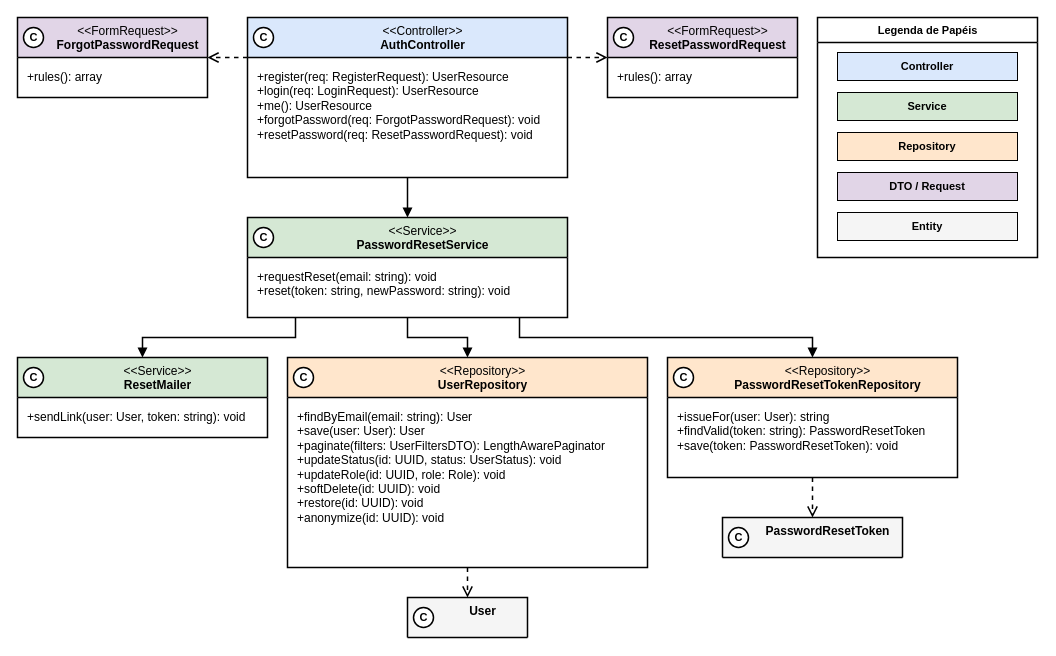
Earlier version of the draw.io diagram especificacao/diagramas/13-classes-area-a-implementacao-recuperacao.drawio (Plataforma-de-Cursos-TCC/plataforma-cursos-docs). Source tidied: cells renumbered, new cells numbered last; positions are measured from the earlier drawing's top-left corner, leaving out a move shared by most shapes. Both pictures are drawn from the tidied source at 100%, with x=0, y=0 at pixel (17, 17).
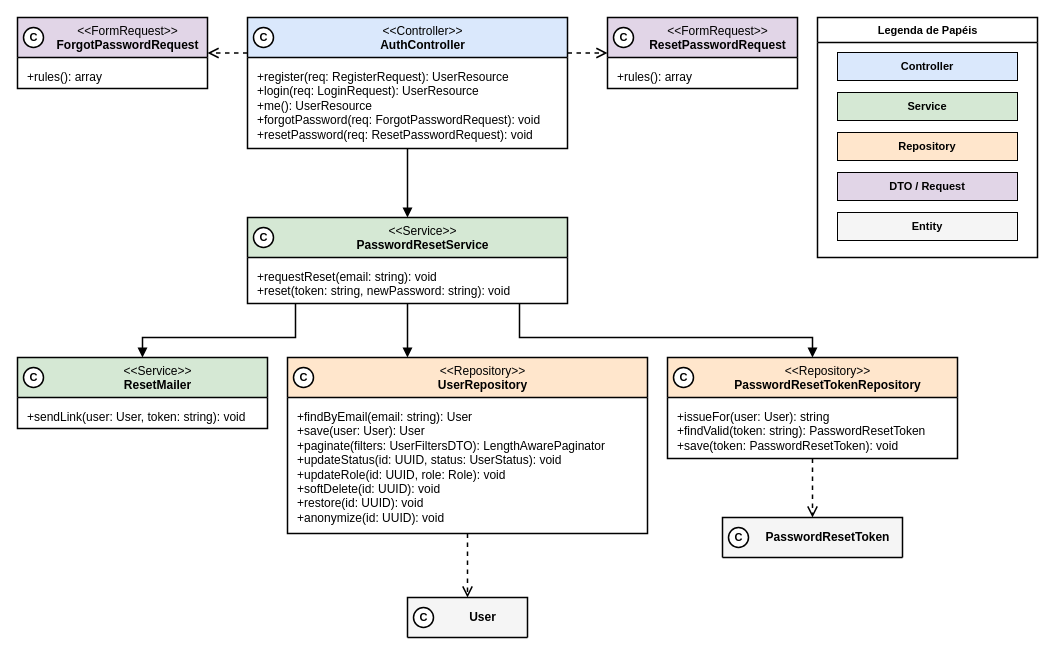
After the change.

Commit message (it also covers changes not shown here):
docs(diagrama-de-classes): fix layout of area A class diagrams

The edit, as a diff of the source:
```diff
@@
     <mxCell id="2" value="&amp;lt;&amp;lt;FormRequest&amp;gt;&amp;gt;&lt;br&gt;&lt;b&gt;ForgotPasswordRequest&lt;/b&gt;" style="swimlane;html=1;fontStyle=0;align=center;verticalAlign=top;startSize=40;fillColor=#E1D5E7;swimlaneFillColor=#FFFFFF;strokeColor=#000000;strokeWidth=1.5;fontFamily=Helvetica;fontSize=12;fontColor=#000000;rounded=0;spacingLeft=30;" parent="1" vertex="1">
-      <mxGeometry width="190" height="80" as="geometry" />
+      <mxGeometry width="190" height="71" as="geometry" />
     </mxCell>
@@
     <mxCell id="4" value="+rules(): array" style="text;html=1;align=left;verticalAlign=top;spacingLeft=8;spacingRight=8;spacingTop=6;fontSize=12;fontFamily=Helvetica;fontColor=#000000;strokeColor=none;fillColor=none;whiteSpace=wrap;" parent="2" vertex="1">
-      <mxGeometry y="40" width="190" height="40" as="geometry" />
+      <mxGeometry y="40" width="190" height="31" as="geometry" />
     </mxCell>
     <mxCell id="5" value="&amp;lt;&amp;lt;Controller&amp;gt;&amp;gt;&lt;br&gt;&lt;b&gt;AuthController&lt;/b&gt;" style="swimlane;html=1;fontStyle=0;align=center;verticalAlign=top;startSize=40;fillColor=#DAE8FC;swimlaneFillColor=#FFFFFF;strokeColor=#000000;strokeWidth=1.5;fontFamily=Helvetica;fontSize=12;fontColor=#000000;rounded=0;spacingLeft=30;" parent="1" vertex="1">
-      <mxGeometry x="230" width="320" height="160" as="geometry" />
+      <mxGeometry x="230" width="320" height="131" as="geometry" />
     </mxCell>
@@
     <mxCell id="7" value="+register(req: RegisterRequest): UserResource&lt;br&gt;+login(req: LoginRequest): UserResource&lt;br&gt;+me(): UserResource&lt;br&gt;+forgotPassword(req: ForgotPasswordRequest): void&lt;br&gt;+resetPassword(req: ResetPasswordRequest): void" style="text;html=1;align=left;verticalAlign=top;spacingLeft=8;spacingRight=8;spacingTop=6;fontSize=12;fontFamily=Helvetica;fontColor=#000000;strokeColor=none;fillColor=none;whiteSpace=wrap;" parent="5" vertex="1">
-      <mxGeometry y="40" width="320" height="120" as="geometry" />
+      <mxGeometry y="40" width="320" height="91" as="geometry" />
     </mxCell>
     <mxCell id="8" value="&amp;lt;&amp;lt;FormRequest&amp;gt;&amp;gt;&lt;br&gt;&lt;b&gt;ResetPasswordRequest&lt;/b&gt;" style="swimlane;html=1;fontStyle=0;align=center;verticalAlign=top;startSize=40;fillColor=#E1D5E7;swimlaneFillColor=#FFFFFF;strokeColor=#000000;strokeWidth=1.5;fontFamily=Helvetica;fontSize=12;fontColor=#000000;rounded=0;spacingLeft=30;" parent="1" vertex="1">
-      <mxGeometry x="590" width="190" height="80" as="geometry" />
+      <mxGeometry x="590" width="190" height="71" as="geometry" />
     </mxCell>
@@
     <mxCell id="10" value="+rules(): array" style="text;html=1;align=left;verticalAlign=top;spacingLeft=8;spacingRight=8;spacingTop=6;fontSize=12;fontFamily=Helvetica;fontColor=#000000;strokeColor=none;fillColor=none;whiteSpace=wrap;" parent="8" vertex="1">
-      <mxGeometry y="40" width="190" height="40" as="geometry" />
+      <mxGeometry y="40" width="190" height="31" as="geometry" />
     </mxCell>
     <mxCell id="11" value="&amp;lt;&amp;lt;Service&amp;gt;&amp;gt;&lt;br&gt;&lt;b&gt;PasswordResetService&lt;/b&gt;" style="swimlane;html=1;fontStyle=0;align=center;verticalAlign=top;startSize=40;fillColor=#D5E8D4;swimlaneFillColor=#FFFFFF;strokeColor=#000000;strokeWidth=1.5;fontFamily=Helvetica;fontSize=12;fontColor=#000000;rounded=0;spacingLeft=30;" parent="1" vertex="1">
-      <mxGeometry x="230" y="200" width="320" height="100" as="geometry" />
+      <mxGeometry x="230" y="200" width="320" height="86" as="geometry" />
     </mxCell>
@@
     <mxCell id="13" value="+requestReset(email: string): void&lt;br&gt;+reset(token: string, newPassword: string): void" style="text;html=1;align=left;verticalAlign=top;spacingLeft=8;spacingRight=8;spacingTop=6;fontSize=12;fontFamily=Helvetica;fontColor=#000000;strokeColor=none;fillColor=none;whiteSpace=wrap;" parent="11" vertex="1">
-      <mxGeometry y="40" width="320" height="60" as="geometry" />
+      <mxGeometry y="40" width="320" height="46" as="geometry" />
     </mxCell>
     <mxCell id="14" value="&amp;lt;&amp;lt;Service&amp;gt;&amp;gt;&lt;br&gt;&lt;b&gt;ResetMailer&lt;/b&gt;" style="swimlane;html=1;fontStyle=0;align=center;verticalAlign=top;startSize=40;fillColor=#D5E8D4;swimlaneFillColor=#FFFFFF;strokeColor=#000000;strokeWidth=1.5;fontFamily=Helvetica;fontSize=12;fontColor=#000000;rounded=0;spacingLeft=30;" parent="1" vertex="1">
-      <mxGeometry y="340" width="250" height="80" as="geometry" />
+      <mxGeometry y="340" width="250" height="71" as="geometry" />
     </mxCell>
@@
     <mxCell id="16" value="+sendLink(user: User, token: string): void" style="text;html=1;align=left;verticalAlign=top;spacingLeft=8;spacingRight=8;spacingTop=6;fontSize=12;fontFamily=Helvetica;fontColor=#000000;strokeColor=none;fillColor=none;whiteSpace=wrap;" parent="14" vertex="1">
-      <mxGeometry y="40" width="250" height="40" as="geometry" />
+      <mxGeometry y="40" width="250" height="31" as="geometry" />
     </mxCell>
     <mxCell id="17" value="&amp;lt;&amp;lt;Repository&amp;gt;&amp;gt;&lt;br&gt;&lt;b&gt;UserRepository&lt;/b&gt;" style="swimlane;html=1;fontStyle=0;align=center;verticalAlign=top;startSize=40;fillColor=#FFE6CC;swimlaneFillColor=#FFFFFF;strokeColor=#000000;strokeWidth=1.5;fontFamily=Helvetica;fontSize=12;fontColor=#000000;rounded=0;spacingLeft=30;" parent="1" vertex="1">
-      <mxGeometry x="270" y="340" width="360" height="210" as="geometry" />
+      <mxGeometry x="270" y="340" width="360" height="176" as="geometry" />
     </mxCell>
@@
     <mxCell id="19" value="+findByEmail(email: string): User&lt;br&gt;+save(user: User): User&lt;br&gt;+paginate(filters: UserFiltersDTO): LengthAwarePaginator&lt;br&gt;+updateStatus(id: UUID, status: UserStatus): void&lt;br&gt;+updateRole(id: UUID, role: Role): void&lt;br&gt;+softDelete(id: UUID): void&lt;br&gt;+restore(id: UUID): void&lt;br&gt;+anonymize(id: UUID): void" style="text;html=1;align=left;verticalAlign=top;spacingLeft=8;spacingRight=8;spacingTop=6;fontSize=12;fontFamily=Helvetica;fontColor=#000000;strokeColor=none;fillColor=none;whiteSpace=wrap;" parent="17" vertex="1">
-      <mxGeometry y="40" width="360" height="170" as="geometry" />
+      <mxGeometry y="40" width="360" height="136" as="geometry" />
     </mxCell>
     <mxCell id="20" value="&amp;lt;&amp;lt;Repository&amp;gt;&amp;gt;&lt;br&gt;&lt;b&gt;PasswordResetTokenRepository&lt;/b&gt;" style="swimlane;html=1;fontStyle=0;align=center;verticalAlign=top;startSize=40;fillColor=#FFE6CC;swimlaneFillColor=#FFFFFF;strokeColor=#000000;strokeWidth=1.5;fontFamily=Helvetica;fontSize=12;fontColor=#000000;rounded=0;spacingLeft=30;" parent="1" vertex="1">
-      <mxGeometry x="650" y="340" width="290" height="120" as="geometry" />
+      <mxGeometry x="650" y="340" width="290" height="101" as="geometry" />
     </mxCell>
@@
     <mxCell id="22" value="+issueFor(user: User): string&lt;br&gt;+findValid(token: string): PasswordResetToken&lt;br&gt;+save(token: PasswordResetToken): void" style="text;html=1;align=left;verticalAlign=top;spacingLeft=8;spacingRight=8;spacingTop=6;fontSize=12;fontFamily=Helvetica;fontColor=#000000;strokeColor=none;fillColor=none;whiteSpace=wrap;" parent="20" vertex="1">
-      <mxGeometry y="40" width="290" height="80" as="geometry" />
+      <mxGeometry y="40" width="290" height="61" as="geometry" />
     </mxCell>
-    <mxCell id="23" value="&lt;b&gt;User&lt;/b&gt;" style="swimlane;html=1;fontStyle=0;align=center;verticalAlign=top;startSize=40;fillColor=#F5F5F5;swimlaneFillColor=#FFFFFF;strokeColor=#000000;strokeWidth=1.5;fontFamily=Helvetica;fontSize=12;fontColor=#000000;rounded=0;spacingLeft=30;" parent="1" vertex="1">
+    <mxCell id="23" value="&lt;b&gt;User&lt;/b&gt;" style="swimlane;html=1;fontStyle=0;align=center;verticalAlign=middle;startSize=40;fillColor=#F5F5F5;swimlaneFillColor=#FFFFFF;strokeColor=#000000;strokeWidth=1.5;fontFamily=Helvetica;fontSize=12;fontColor=#000000;rounded=0;spacingLeft=30;" parent="1" vertex="1">
       <mxGeometry x="390" y="580" width="120" height="40" as="geometry" />
     </mxCell>
@@
-    <mxCell id="25" value="&lt;b&gt;PasswordResetToken&lt;/b&gt;" style="swimlane;html=1;fontStyle=0;align=center;verticalAlign=top;startSize=40;fillColor=#F5F5F5;swimlaneFillColor=#FFFFFF;strokeColor=#000000;strokeWidth=1.5;fontFamily=Helvetica;fontSize=12;fontColor=#000000;rounded=0;spacingLeft=30;" parent="1" vertex="1">
+    <mxCell id="25" value="&lt;b&gt;PasswordResetToken&lt;/b&gt;" style="swimlane;html=1;fontStyle=0;align=center;verticalAlign=middle;startSize=40;fillColor=#F5F5F5;swimlaneFillColor=#FFFFFF;strokeColor=#000000;strokeWidth=1.5;fontFamily=Helvetica;fontSize=12;fontColor=#000000;rounded=0;spacingLeft=30;" parent="1" vertex="1">
       <mxGeometry x="705" y="500" width="180" height="40" as="geometry" />
     </mxCell>
@@
-    <mxCell id="33" style="edgeStyle=orthogonalEdgeStyle;rounded=0;html=1;strokeColor=#000000;strokeWidth=1.5;dashed=1;endArrow=open;endSize=8;exitX=0;exitY=0.25;entryX=1;entryY=0.5;" parent="1" edge="1" source="5" target="2">
+    <mxCell id="33" style="edgeStyle=orthogonalEdgeStyle;rounded=0;html=1;strokeColor=#000000;strokeWidth=1.5;dashed=1;endArrow=open;endSize=8;exitX=0;exitY=0.271;entryX=1;entryY=0.5;" parent="1" edge="1" source="5" target="2">
       <mxGeometry relative="1" as="geometry" />
     </mxCell>
-    <mxCell id="34" style="edgeStyle=orthogonalEdgeStyle;rounded=0;html=1;strokeColor=#000000;strokeWidth=1.5;dashed=1;endArrow=open;endSize=8;exitX=1;exitY=0.25;entryX=0;entryY=0.5;" parent="1" edge="1" source="5" target="8">
+    <mxCell id="34" style="edgeStyle=orthogonalEdgeStyle;rounded=0;html=1;strokeColor=#000000;strokeWidth=1.5;dashed=1;endArrow=open;endSize=8;exitX=1;exitY=0.271;entryX=0;entryY=0.5;" parent="1" edge="1" source="5" target="8">
       <mxGeometry relative="1" as="geometry" />
     </mxCell>
@@
-    <mxCell id="37" style="edgeStyle=orthogonalEdgeStyle;rounded=0;html=1;strokeColor=#000000;strokeWidth=1.5;endArrow=block;endFill=1;endSize=6;exitX=0.5;exitY=1;entryX=0.5;entryY=0;" parent="1" edge="1" source="11" target="17">
+    <mxCell id="37" style="edgeStyle=orthogonalEdgeStyle;rounded=0;html=1;strokeColor=#000000;strokeWidth=1.5;endArrow=block;endFill=1;endSize=6;exitX=0.5;exitY=1;entryX=0.3333;entryY=0;" parent="1" edge="1" source="11" target="17">
       <mxGeometry relative="1" as="geometry" />
     </mxCell>
```
